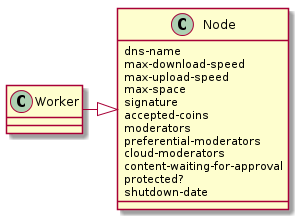
Earlier version of the PlantUML export img/node-class.png (wetube/bitcloud).
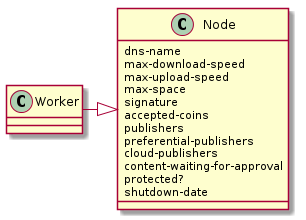
After the commit.

The edit, as a diff of the source:
```diff
@@ -6,9 +6,9 @@
  max-space
  signature
  accepted-coins
- moderators
- preferential-moderators
- cloud-moderators
+ publishers
+ preferential-publishers
+ cloud-publishers
  content-waiting-for-approval
  protected?
  shutdown-date
```
